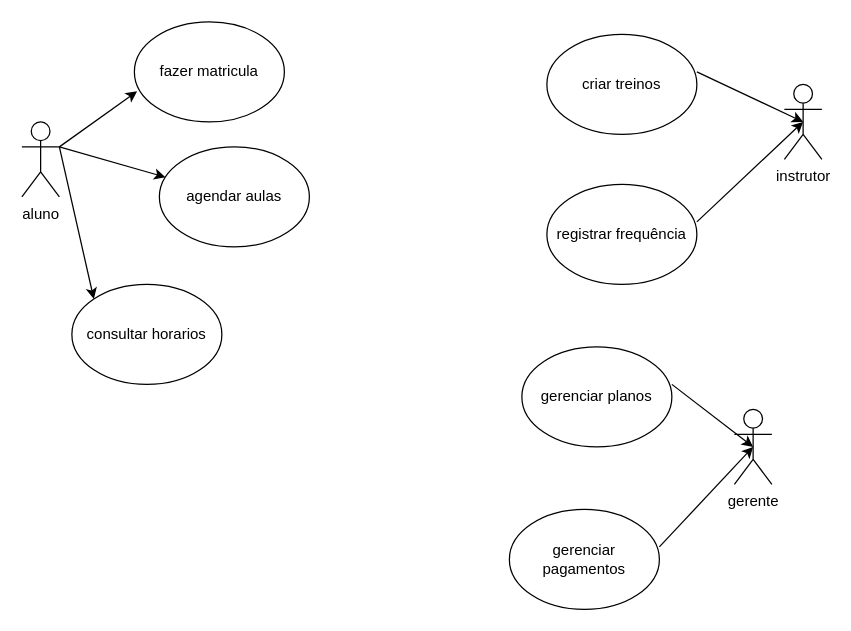
AnaBeatriz191/diagramasderequisitos keeps this draw.io diagram as page "Página-1" (1 of 2) of Diagrama sem nome.drawio. Above is the earlier version. Source tidied: cells renumbered, new cells numbered last; positions are measured from the earlier drawing's top-left corner, leaving out a move shared by most shapes. Both pictures are drawn from the tidied source at 125%, with x=0, y=0 at pixel (21, 21).
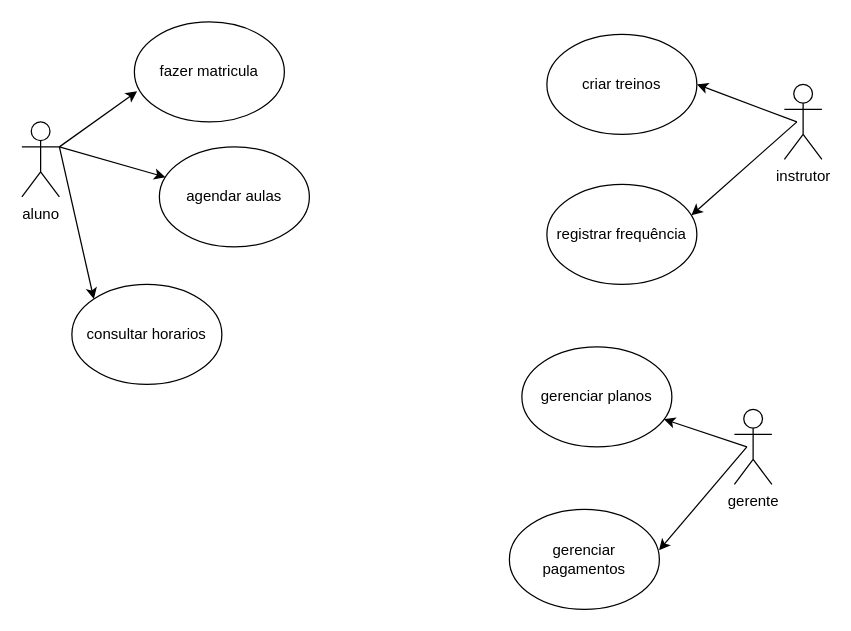
Above is the later version.

Unchanged cells that the change refers to:
```xml
<mxCell id="6" value="instrutor" style="shape=umlActor;verticalLabelPosition=bottom;verticalAlign=top;html=1;outlineConnect=0;" parent="1" vertex="1">
  <mxGeometry x="610" y="50" width="30" height="60" as="geometry" />
</mxCell>
<mxCell id="7" value="registrar frequência" style="ellipse;whiteSpace=wrap;html=1;" parent="1" vertex="1">
  <mxGeometry x="420" y="130" width="120" height="80" as="geometry" />
</mxCell>
<mxCell id="8" value="criar treinos" style="ellipse;whiteSpace=wrap;html=1;" parent="1" vertex="1">
  <mxGeometry x="420" y="10" width="120" height="80" as="geometry" />
</mxCell>
<mxCell id="9" value="gerente" style="shape=umlActor;verticalLabelPosition=bottom;verticalAlign=top;html=1;outlineConnect=0;" parent="1" vertex="1">
  <mxGeometry x="570" y="310" width="30" height="60" as="geometry" />
</mxCell>
<mxCell id="10" value="gerenciar planos" style="ellipse;whiteSpace=wrap;html=1;" parent="1" vertex="1">
  <mxGeometry x="400" y="260" width="120" height="80" as="geometry" />
</mxCell>
<mxCell id="11" value="gerenciar pagamentos" style="ellipse;whiteSpace=wrap;html=1;" parent="1" vertex="1">
  <mxGeometry x="390" y="390" width="120" height="80" as="geometry" />
</mxCell>
```

Change to the diagram source:
```diff
@@
-    <mxCell id="15" style="endArrow=classic;html=1;rounded=0;entryX=0.5;entryY=0.5;entryDx=0;entryDy=0;entryPerimeter=0;" parent="1" edge="1" target="6">
-      <mxGeometry relative="1" as="geometry">
-        <mxPoint x="540" y="40" as="sourcePoint" />
-      </mxGeometry>
-    </mxCell>
-    <mxCell id="16" style="endArrow=classic;html=1;rounded=0;entryX=0.5;entryY=0.5;entryDx=0;entryDy=0;entryPerimeter=0;" parent="1" edge="1" target="6">
-      <mxGeometry relative="1" as="geometry">
-        <mxPoint x="540" y="160" as="sourcePoint" />
-      </mxGeometry>
-    </mxCell>
-    <mxCell id="17" style="endArrow=classic;html=1;rounded=0;entryX=0.5;entryY=0.5;entryDx=0;entryDy=0;entryPerimeter=0;" parent="1" edge="1" target="9">
-      <mxGeometry relative="1" as="geometry">
-        <mxPoint x="520" y="290" as="sourcePoint" />
-      </mxGeometry>
-    </mxCell>
-    <mxCell id="18" style="endArrow=classic;html=1;rounded=0;entryX=0.5;entryY=0.5;entryDx=0;entryDy=0;entryPerimeter=0;" parent="1" edge="1" target="9">
-      <mxGeometry relative="1" as="geometry">
-        <mxPoint x="510" y="420" as="sourcePoint" />
-      </mxGeometry>
-    </mxCell>
+    <mxCell id="19" style="endArrow=classic;html=1;rounded=0;" parent="1" edge="1" target="10">
+      <mxGeometry relative="1" as="geometry">
+        <mxPoint x="580" y="340" as="sourcePoint" />
+      </mxGeometry>
+    </mxCell>
+    <mxCell id="20" style="endArrow=classic;html=1;rounded=0;entryX=0.998;entryY=0.409;entryDx=0;entryDy=0;entryPerimeter=0;" parent="1" edge="1" target="11">
+      <mxGeometry relative="1" as="geometry">
+        <mxPoint x="580" y="340" as="sourcePoint" />
+      </mxGeometry>
+    </mxCell>
+    <mxCell id="21" style="endArrow=classic;html=1;rounded=0;entryX=1;entryY=0.5;entryDx=0;entryDy=0;" parent="1" edge="1" target="8">
+      <mxGeometry relative="1" as="geometry">
+        <mxPoint x="620" y="80" as="sourcePoint" />
+      </mxGeometry>
+    </mxCell>
+    <mxCell id="22" style="endArrow=classic;html=1;rounded=0;entryX=0.964;entryY=0.309;entryDx=0;entryDy=0;entryPerimeter=0;" parent="1" edge="1" target="7">
+      <mxGeometry relative="1" as="geometry">
+        <mxPoint x="620" y="80" as="sourcePoint" />
+      </mxGeometry>
+    </mxCell>
```
